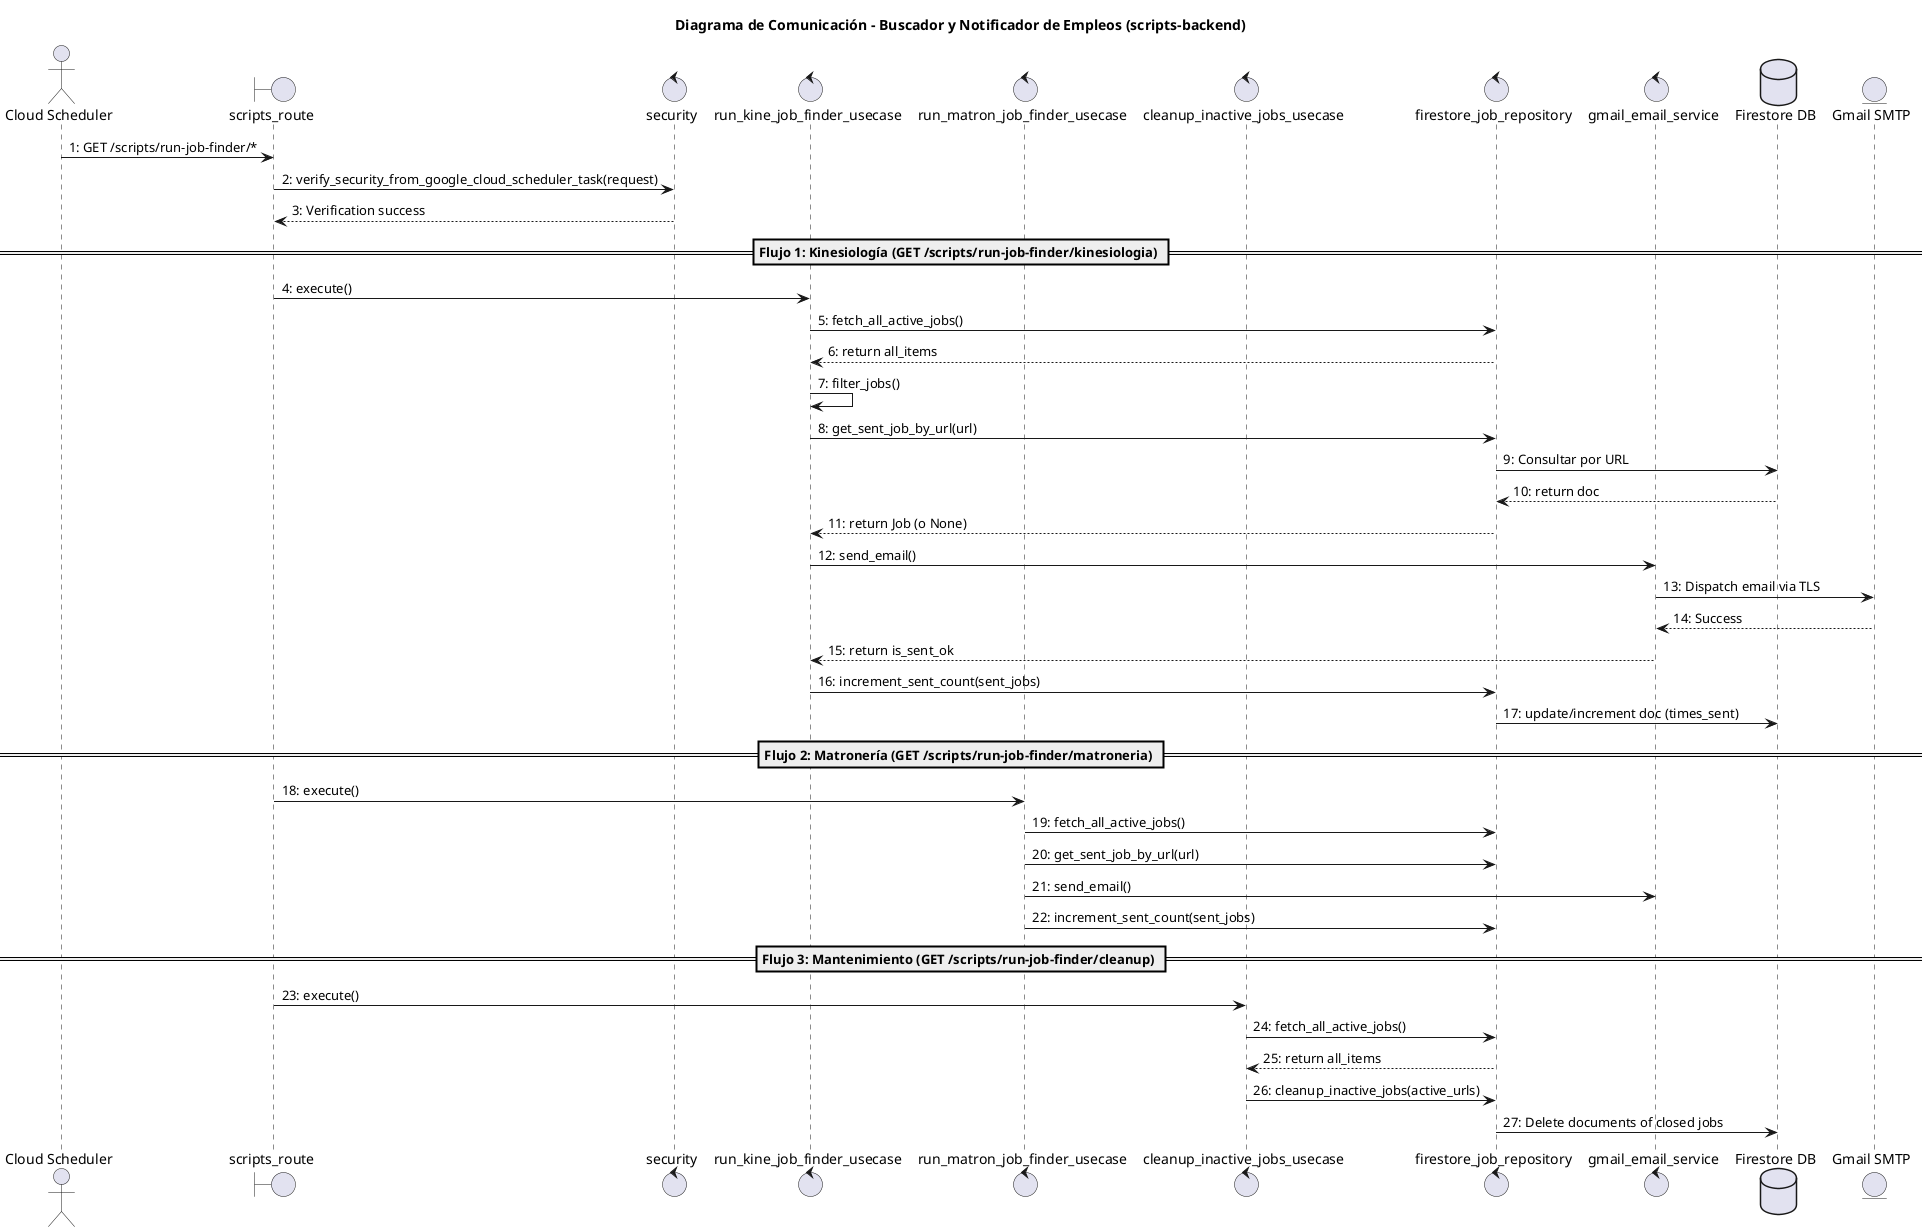
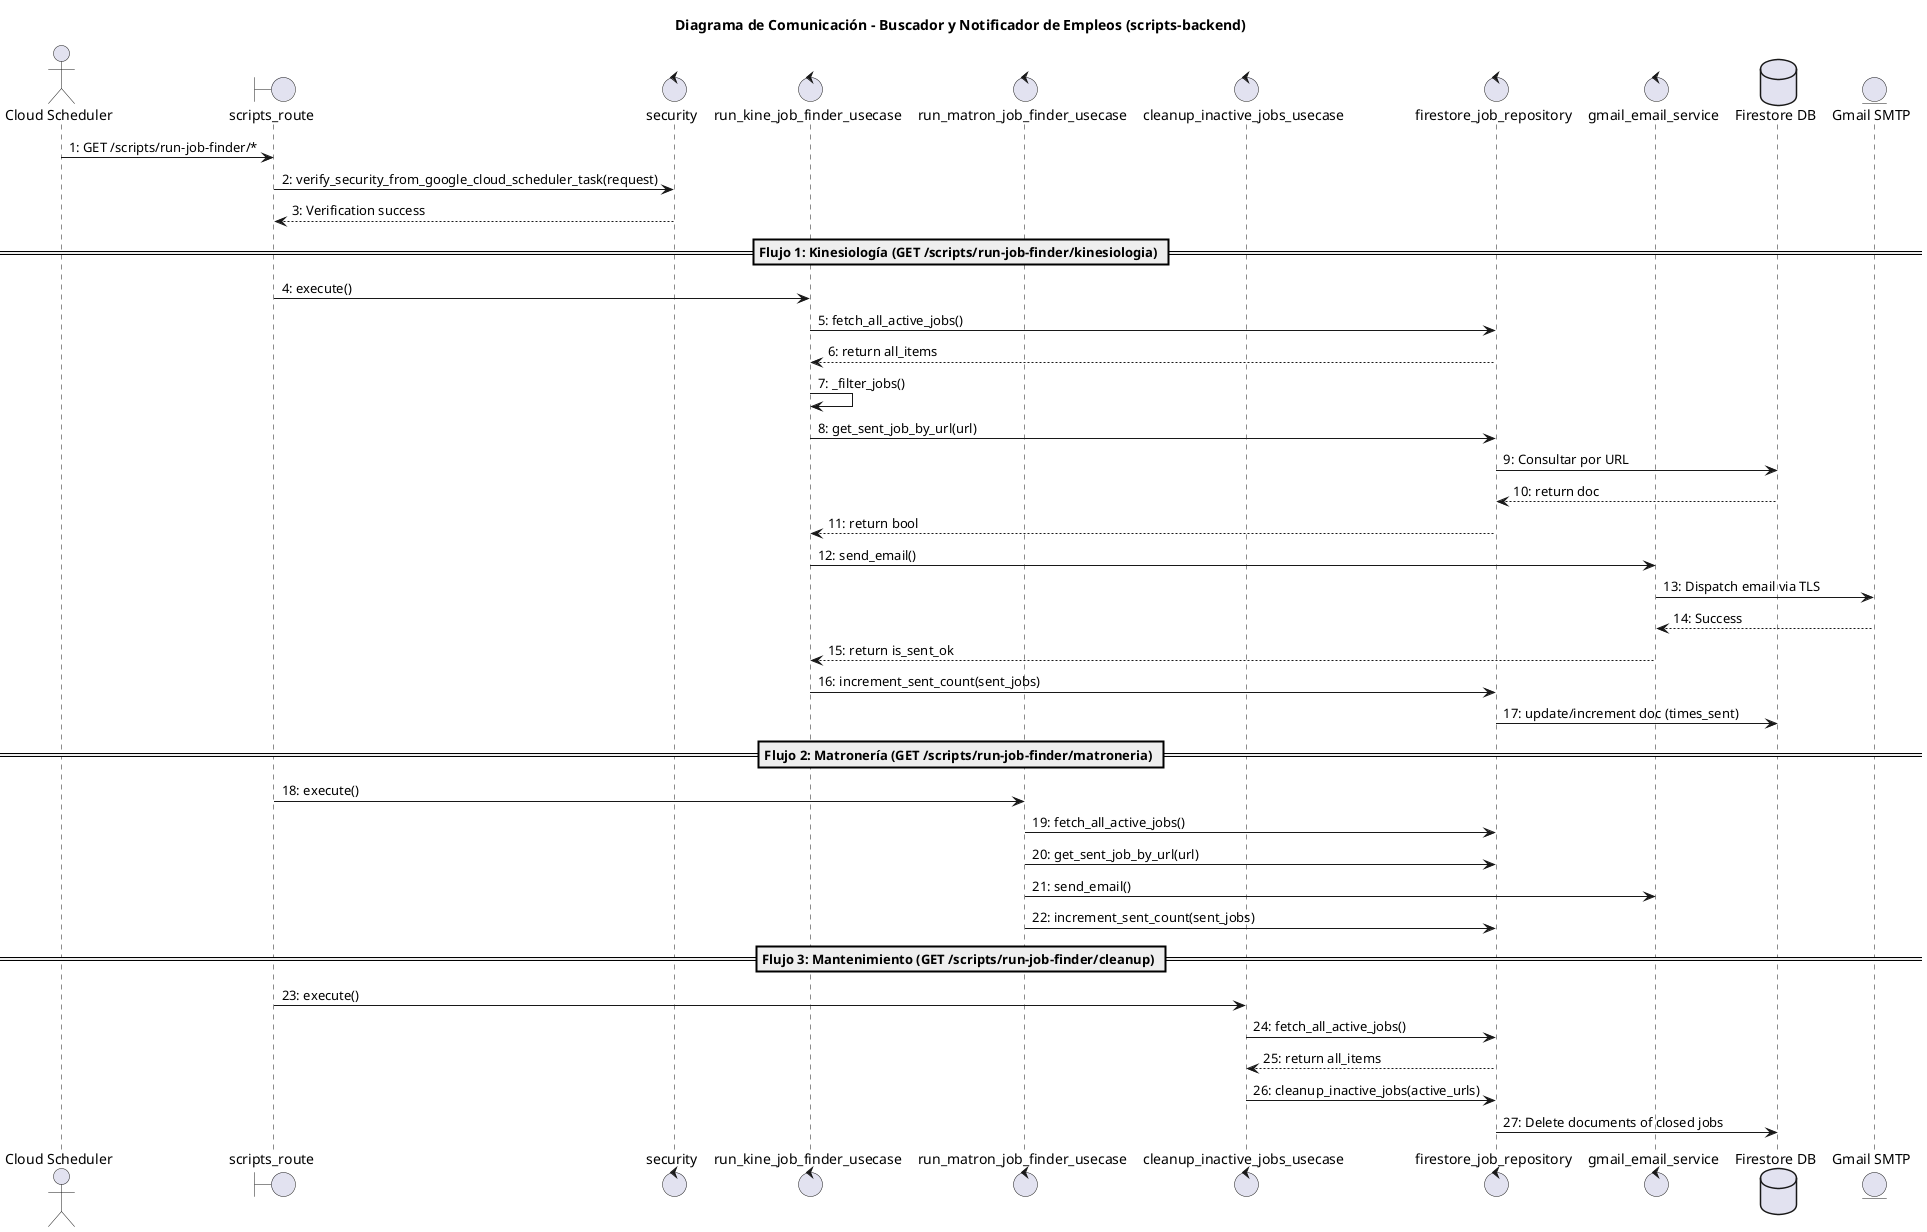
@startuml Communication Diagram
title Diagrama de Comunicación - Buscador y Notificador de Empleos (scripts-backend)

skinparam responseMessageAlign center

actor "Cloud Scheduler" as scheduler
boundary "scripts_route" as router
control "security" as sec
control "run_kine_job_finder_usecase" as kineUc
control "run_matron_job_finder_usecase" as matronUc
control "cleanup_inactive_jobs_usecase" as cleanupUc
control "firestore_job_repository" as dbCtrl
control "gmail_email_service" as emailCtrl
database "Firestore DB" as db
entity "Gmail SMTP" as smtp

scheduler -> router : 1: GET /scripts/run-job-finder/*
router -> sec : 2: verify_security_from_google_cloud_scheduler_task(request)
sec --> router : 3: Verification success

== Flujo 1: Kinesiología (GET /scripts/run-job-finder/kinesiologia) ==
router -> kineUc : 4: execute()
kineUc -> dbCtrl : 5: fetch_all_active_jobs()
dbCtrl --> kineUc : 6: return all_items
- kineUc -> kineUc : 7: filter_jobs()
+ kineUc -> kineUc : 7: _filter_jobs()
kineUc -> dbCtrl : 8: get_sent_job_by_url(url)
dbCtrl -> db : 9: Consultar por URL
db --> dbCtrl : 10: return doc
- dbCtrl --> kineUc : 11: return Job (o None)
+ dbCtrl --> kineUc : 11: return bool
kineUc -> emailCtrl : 12: send_email()
emailCtrl -> smtp : 13: Dispatch email via TLS
smtp --> emailCtrl : 14: Success
emailCtrl --> kineUc : 15: return is_sent_ok
kineUc -> dbCtrl : 16: increment_sent_count(sent_jobs)
dbCtrl -> db : 17: update/increment doc (times_sent)

== Flujo 2: Matronería (GET /scripts/run-job-finder/matroneria) ==
router -> matronUc : 18: execute()
matronUc -> dbCtrl : 19: fetch_all_active_jobs()
matronUc -> dbCtrl : 20: get_sent_job_by_url(url)
matronUc -> emailCtrl : 21: send_email()
matronUc -> dbCtrl : 22: increment_sent_count(sent_jobs)

== Flujo 3: Mantenimiento (GET /scripts/run-job-finder/cleanup) ==
router -> cleanupUc : 23: execute()
cleanupUc -> dbCtrl : 24: fetch_all_active_jobs()
dbCtrl --> cleanupUc : 25: return all_items
cleanupUc -> dbCtrl : 26: cleanup_inactive_jobs(active_urls)
dbCtrl -> db : 27: Delete documents of closed jobs

@enduml
